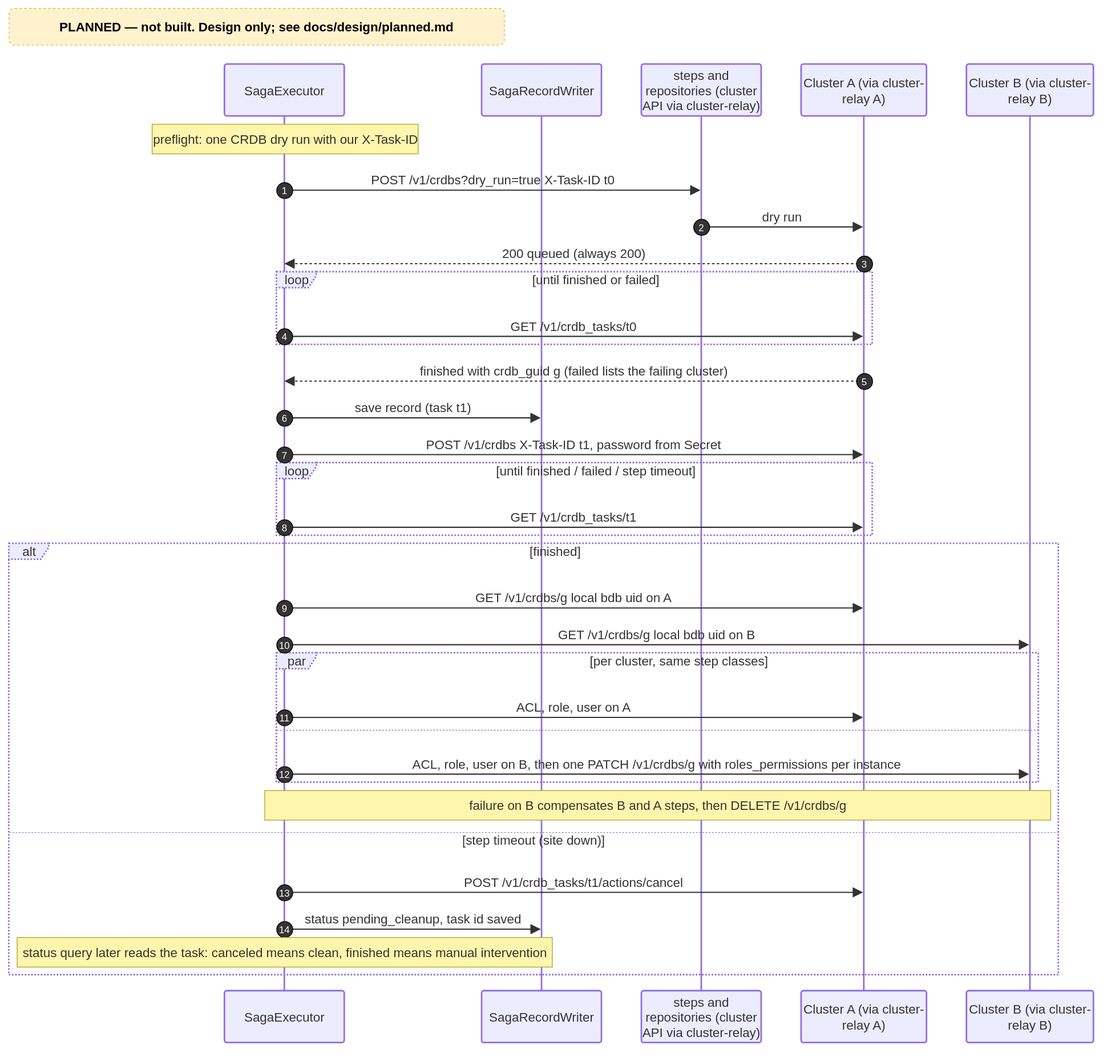
Above: docs/diagrams/planned/p1-seq-create-active-active.drawio.svg in EliShteinman/redis-enterprise-services (draw.io), before the change. Source tidied: cells renumbered, new cells last; positions are measured from the earlier drawing's top-left corner, leaving out a move shared by most shapes.
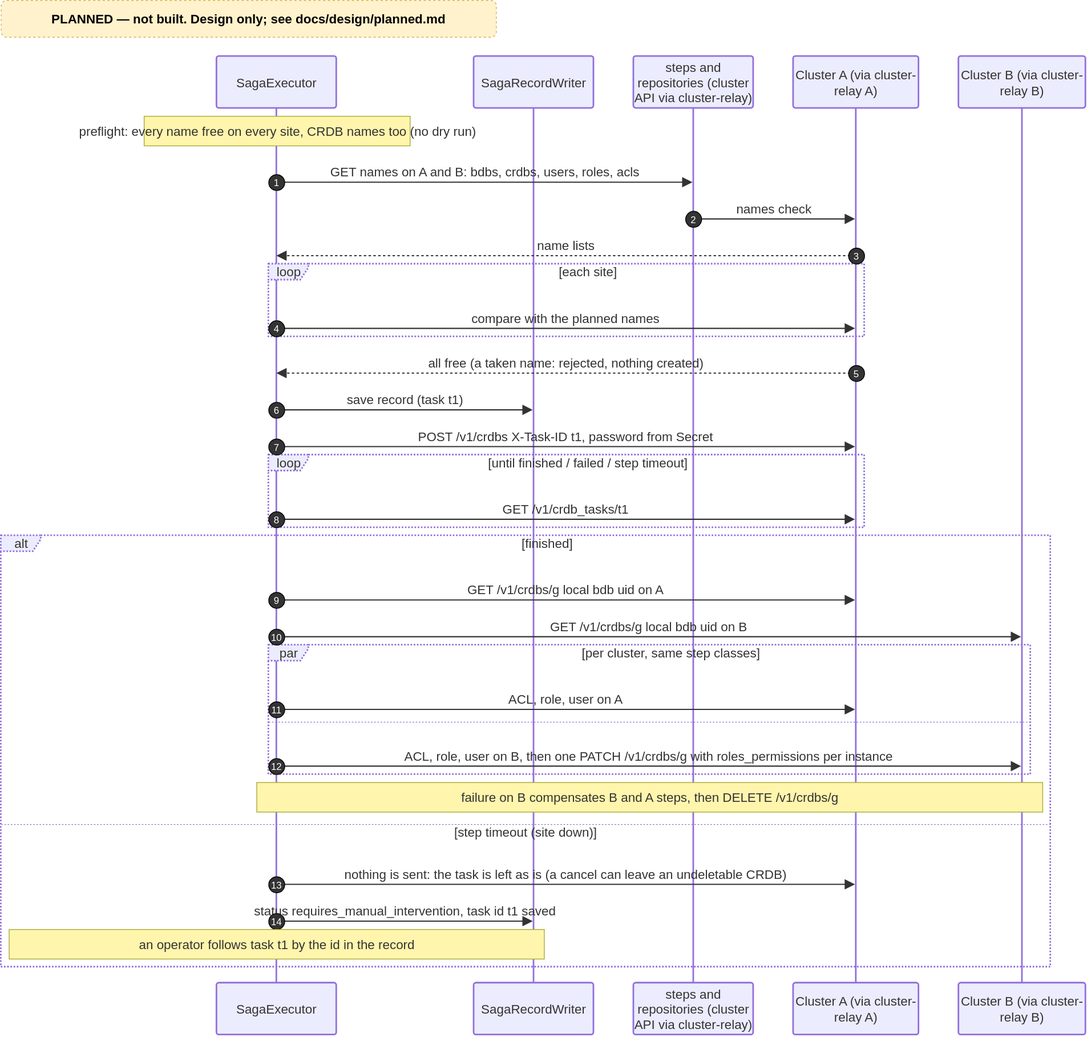
After the change.

Commit message:
docs(active-active): the creation plan after probing the CRDB object on RS 8.2.0-25

Change to the diagram source:
```diff
@@ -20,7 +20,7 @@
     <mxCell id="7" value="loop" style="html=1;shape=umlFrame;dashed=1;fixDash=1;dashPattern=2 2;strokeWidth=2;fillColor=light-dark(#ECECFF,#1f2020);strokeColor=light-dark(#9370DB,#cccccc);fontSize=16;align=center;verticalAlign=middle;fontFamily=Trebuchet MS,Verdana,Arial,sans-serif;fontColor=light-dark(#333333,#cccccc);height=20;width=50;" parent="1" vertex="1">
       <mxGeometry x="335" y="330" width="746" height="91" as="geometry" />
     </mxCell>
-    <mxCell id="8" value="[until finished or failed]" style="text;strokeColor=none;fillColor=none;align=center;verticalAlign=middle;whiteSpace=wrap;fontSize=16;fontFamily=Trebuchet MS,Verdana,Arial,sans-serif;fontColor=light-dark(#333333,#cccccc);" parent="7" vertex="1">
+    <mxCell id="8" value="[each site]" style="text;strokeColor=none;fillColor=none;align=center;verticalAlign=middle;whiteSpace=wrap;fontSize=16;fontFamily=Trebuchet MS,Verdana,Arial,sans-serif;fontColor=light-dark(#333333,#cccccc);" parent="7" vertex="1">
       <mxGeometry x="54" y="2" width="692" height="16" as="geometry" />
     </mxCell>
     <mxCell id="9" value="loop" style="html=1;shape=umlFrame;dashed=1;fixDash=1;dashPattern=2 2;strokeWidth=2;fillColor=light-dark(#ECECFF,#1f2020);strokeColor=light-dark(#9370DB,#cccccc);fontSize=16;align=center;verticalAlign=middle;fontFamily=Trebuchet MS,Verdana,Arial,sans-serif;fontColor=light-dark(#333333,#cccccc);height=20;width=50;" parent="1" vertex="1">
@@ -50,7 +50,7 @@
     <mxCell id="17" style="shape=line;dashed=1;fixDash=1;dashPattern=2 2;strokeColor=light-dark(#9370DB,#cccccc);" parent="15" vertex="1">
       <mxGeometry y="96" width="954" height="1" as="geometry" />
     </mxCell>
-    <mxCell id="18" value="POST /v1/crdbs?dry_run=true X-Task-ID t0" style="endArrow=block;endSize=9;verticalAlign=bottom;spacingBottom=2;edgeStyle=sequenceEdgeStyle;libavoidRouting=0;curved=0;rounded=0;fontSize=16;labelBackgroundColor=none;strokeWidth=1.5;strokeColor=light-dark(#333333,#cccccc);fontColor=light-dark(#333333,#cccccc);fontFamily=Trebuchet MS,Verdana,Arial,sans-serif;" parent="1" edge="1" source="2" target="4">
+    <mxCell id="18" value="GET names on A and B: bdbs, crdbs, users, roles, acls" style="endArrow=block;endSize=9;verticalAlign=bottom;spacingBottom=2;edgeStyle=sequenceEdgeStyle;libavoidRouting=0;curved=0;rounded=0;fontSize=16;labelBackgroundColor=none;strokeWidth=1.5;strokeColor=light-dark(#333333,#cccccc);fontColor=light-dark(#333333,#cccccc);fontFamily=Trebuchet MS,Verdana,Arial,sans-serif;" parent="1" edge="1" source="2" target="4">
       <mxGeometry relative="1" as="geometry">
         <Array as="points">
           <mxPoint x="606" y="228" />
@@ -60,7 +60,7 @@
     <mxCell id="19" value="1" style="ellipse;fillColor=light-dark(#333333,#cccccc);align=center;verticalAlign=middle;fontColor=light-dark(#FFFFFF,#333333);fontSize=12;" parent="1" vertex="1">
       <mxGeometry x="335" y="218" width="20" height="20" as="geometry" />
     </mxCell>
-    <mxCell id="20" value="dry run" style="endArrow=block;endSize=9;verticalAlign=bottom;spacingBottom=2;edgeStyle=sequenceEdgeStyle;libavoidRouting=0;curved=0;rounded=0;fontSize=16;labelBackgroundColor=none;strokeWidth=1.5;strokeColor=light-dark(#333333,#cccccc);fontColor=light-dark(#333333,#cccccc);fontFamily=Trebuchet MS,Verdana,Arial,sans-serif;" parent="1" edge="1" source="4" target="5">
+    <mxCell id="20" value="names check" style="endArrow=block;endSize=9;verticalAlign=bottom;spacingBottom=2;edgeStyle=sequenceEdgeStyle;libavoidRouting=0;curved=0;rounded=0;fontSize=16;labelBackgroundColor=none;strokeWidth=1.5;strokeColor=light-dark(#333333,#cccccc);fontColor=light-dark(#333333,#cccccc);fontFamily=Trebuchet MS,Verdana,Arial,sans-serif;" parent="1" edge="1" source="4" target="5">
       <mxGeometry relative="1" as="geometry">
         <Array as="points">
           <mxPoint x="969" y="274" />
@@ -70,7 +70,7 @@
     <mxCell id="21" value="2" style="ellipse;fillColor=light-dark(#333333,#cccccc);align=center;verticalAlign=middle;fontColor=light-dark(#FFFFFF,#333333);fontSize=12;" parent="1" vertex="1">
       <mxGeometry x="857" y="264" width="20" height="20" as="geometry" />
     </mxCell>
-    <mxCell id="22" value="200 queued (always 200)" style="dashed=1;fixDash=1;dashPattern=3 3;endArrow=block;endSize=9;verticalAlign=bottom;spacingBottom=2;edgeStyle=sequenceEdgeStyle;libavoidRouting=0;curved=0;rounded=0;fontSize=16;labelBackgroundColor=none;strokeWidth=1.5;strokeColor=light-dark(#333333,#cccccc);fontColor=light-dark(#333333,#cccccc);fontFamily=Trebuchet MS,Verdana,Arial,sans-serif;" parent="1" edge="1" source="5" target="2">
+    <mxCell id="22" value="name lists" style="dashed=1;fixDash=1;dashPattern=3 3;endArrow=block;endSize=9;verticalAlign=bottom;spacingBottom=2;edgeStyle=sequenceEdgeStyle;libavoidRouting=0;curved=0;rounded=0;fontSize=16;labelBackgroundColor=none;strokeWidth=1.5;strokeColor=light-dark(#333333,#cccccc);fontColor=light-dark(#333333,#cccccc);fontFamily=Trebuchet MS,Verdana,Arial,sans-serif;" parent="1" edge="1" source="5" target="2">
       <mxGeometry relative="1" as="geometry">
         <Array as="points">
           <mxPoint x="708" y="320" />
@@ -80,7 +80,7 @@
     <mxCell id="23" value="3" style="ellipse;fillColor=light-dark(#333333,#cccccc);align=center;verticalAlign=middle;fontColor=light-dark(#FFFFFF,#333333);fontSize=12;" parent="1" vertex="1">
       <mxGeometry x="1061" y="310" width="20" height="20" as="geometry" />
     </mxCell>
-    <mxCell id="24" value="GET /v1/crdb_tasks/t0" style="endArrow=block;endSize=9;verticalAlign=bottom;spacingBottom=2;edgeStyle=sequenceEdgeStyle;libavoidRouting=0;curved=0;rounded=0;fontSize=16;labelBackgroundColor=none;strokeWidth=1.5;strokeColor=light-dark(#333333,#cccccc);fontColor=light-dark(#333333,#cccccc);fontFamily=Trebuchet MS,Verdana,Arial,sans-serif;" parent="1" edge="1" source="2" target="5">
+    <mxCell id="24" value="compare with the planned names" style="endArrow=block;endSize=9;verticalAlign=bottom;spacingBottom=2;edgeStyle=sequenceEdgeStyle;libavoidRouting=0;curved=0;rounded=0;fontSize=16;labelBackgroundColor=none;strokeWidth=1.5;strokeColor=light-dark(#333333,#cccccc);fontColor=light-dark(#333333,#cccccc);fontFamily=Trebuchet MS,Verdana,Arial,sans-serif;" parent="1" edge="1" source="2" target="5">
       <mxGeometry relative="1" as="geometry">
         <Array as="points">
           <mxPoint x="708" y="411" />
@@ -90,7 +90,7 @@
     <mxCell id="25" value="4" style="ellipse;fillColor=light-dark(#333333,#cccccc);align=center;verticalAlign=middle;fontColor=light-dark(#FFFFFF,#333333);fontSize=12;" parent="1" vertex="1">
       <mxGeometry x="335" y="401" width="20" height="20" as="geometry" />
     </mxCell>
-    <mxCell id="26" value="finished with crdb_guid g (failed lists the failing cluster)" style="dashed=1;fixDash=1;dashPattern=3 3;endArrow=block;endSize=9;verticalAlign=bottom;spacingBottom=2;edgeStyle=sequenceEdgeStyle;libavoidRouting=0;curved=0;rounded=0;fontSize=16;labelBackgroundColor=none;strokeWidth=1.5;strokeColor=light-dark(#333333,#cccccc);fontColor=light-dark(#333333,#cccccc);fontFamily=Trebuchet MS,Verdana,Arial,sans-serif;" parent="1" edge="1" source="5" target="2">
+    <mxCell id="26" value="all free (a taken name: rejected, nothing created)" style="dashed=1;fixDash=1;dashPattern=3 3;endArrow=block;endSize=9;verticalAlign=bottom;spacingBottom=2;edgeStyle=sequenceEdgeStyle;libavoidRouting=0;curved=0;rounded=0;fontSize=16;labelBackgroundColor=none;strokeWidth=1.5;strokeColor=light-dark(#333333,#cccccc);fontColor=light-dark(#333333,#cccccc);fontFamily=Trebuchet MS,Verdana,Arial,sans-serif;" parent="1" edge="1" source="5" target="2">
       <mxGeometry relative="1" as="geometry">
         <Array as="points">
           <mxPoint x="708" y="467" />
@@ -170,7 +170,7 @@
     <mxCell id="41" value="12" style="ellipse;fillColor=light-dark(#333333,#cccccc);align=center;verticalAlign=middle;fontColor=light-dark(#FFFFFF,#333333);fontSize=12;" parent="1" vertex="1">
       <mxGeometry x="335" y="949" width="20" height="20" as="geometry" />
     </mxCell>
-    <mxCell id="42" value="POST /v1/crdb_tasks/t1/actions/cancel" style="endArrow=block;endSize=9;verticalAlign=bottom;spacingBottom=2;edgeStyle=sequenceEdgeStyle;libavoidRouting=0;curved=0;rounded=0;fontSize=16;labelBackgroundColor=none;strokeWidth=1.5;strokeColor=light-dark(#333333,#cccccc);fontColor=light-dark(#333333,#cccccc);fontFamily=Trebuchet MS,Verdana,Arial,sans-serif;" parent="1" edge="1" source="2" target="5">
+    <mxCell id="42" value="nothing is sent: the task is left as is (a cancel can leave an undeletable CRDB)" style="endArrow=block;endSize=9;verticalAlign=bottom;spacingBottom=2;edgeStyle=sequenceEdgeStyle;libavoidRouting=0;curved=0;rounded=0;fontSize=16;labelBackgroundColor=none;strokeWidth=1.5;strokeColor=light-dark(#333333,#cccccc);fontColor=light-dark(#333333,#cccccc);fontFamily=Trebuchet MS,Verdana,Arial,sans-serif;" parent="1" edge="1" source="2" target="5">
       <mxGeometry relative="1" as="geometry">
         <Array as="points">
           <mxPoint x="708" y="1107" />
@@ -180,7 +180,7 @@
     <mxCell id="43" value="13" style="ellipse;fillColor=light-dark(#333333,#cccccc);align=center;verticalAlign=middle;fontColor=light-dark(#FFFFFF,#333333);fontSize=12;" parent="1" vertex="1">
       <mxGeometry x="335" y="1097" width="20" height="20" as="geometry" />
     </mxCell>
-    <mxCell id="44" value="status pending_cleanup, task id saved" style="endArrow=block;endSize=9;verticalAlign=bottom;spacingBottom=2;edgeStyle=sequenceEdgeStyle;libavoidRouting=0;curved=0;rounded=0;fontSize=16;labelBackgroundColor=none;strokeWidth=1.5;strokeColor=light-dark(#333333,#cccccc);fontColor=light-dark(#333333,#cccccc);fontFamily=Trebuchet MS,Verdana,Arial,sans-serif;" parent="1" edge="1" source="2" target="3">
+    <mxCell id="44" value="status requires_manual_intervention, task id t1 saved" style="endArrow=block;endSize=9;verticalAlign=bottom;spacingBottom=2;edgeStyle=sequenceEdgeStyle;libavoidRouting=0;curved=0;rounded=0;fontSize=16;labelBackgroundColor=none;strokeWidth=1.5;strokeColor=light-dark(#333333,#cccccc);fontColor=light-dark(#333333,#cccccc);fontFamily=Trebuchet MS,Verdana,Arial,sans-serif;" parent="1" edge="1" source="2" target="3">
       <mxGeometry relative="1" as="geometry">
         <Array as="points">
           <mxPoint x="506" y="1153" />
@@ -190,13 +190,13 @@
     <mxCell id="45" value="14" style="ellipse;fillColor=light-dark(#333333,#cccccc);align=center;verticalAlign=middle;fontColor=light-dark(#FFFFFF,#333333);fontSize=12;" parent="1" vertex="1">
       <mxGeometry x="335" y="1143" width="20" height="20" as="geometry" />
     </mxCell>
-    <mxCell id="46" value="preflight: one CRDB dry run with our X-Task-ID" style="html=1;fillColor=light-dark(#fff5ad,#2a2a2a);strokeColor=light-dark(#aaaa33,#cccccc);fontColor=light-dark(#333333,#cccccc);fontFamily=Trebuchet MS,Verdana,Arial,sans-serif;fontSize=16;" parent="1" vertex="1">
+    <mxCell id="46" value="preflight: every name free on every site, CRDB names too (no dry run)" style="html=1;fillColor=light-dark(#fff5ad,#2a2a2a);strokeColor=light-dark(#aaaa33,#cccccc);fontColor=light-dark(#333333,#cccccc);fontFamily=Trebuchet MS,Verdana,Arial,sans-serif;fontSize=16;" parent="1" vertex="1">
       <mxGeometry x="179" y="145" width="333" height="37" as="geometry" />
     </mxCell>
     <mxCell id="47" value="failure on B compensates B and A steps, then DELETE /v1/crdbs/g" style="html=1;fillColor=light-dark(#fff5ad,#2a2a2a);strokeColor=light-dark(#aaaa33,#cccccc);fontColor=light-dark(#333333,#cccccc);fontFamily=Trebuchet MS,Verdana,Arial,sans-serif;fontSize=16;" parent="1" vertex="1">
       <mxGeometry x="320" y="979" width="984" height="37" as="geometry" />
     </mxCell>
-    <mxCell id="48" value="status query later reads the task: canceled means clean, finished means manual intervention" style="html=1;fillColor=light-dark(#fff5ad,#2a2a2a);strokeColor=light-dark(#aaaa33,#cccccc);fontColor=light-dark(#333333,#cccccc);fontFamily=Trebuchet MS,Verdana,Arial,sans-serif;fontSize=16;" parent="1" vertex="1">
+    <mxCell id="48" value="an operator follows task t1 by the id in the record" style="html=1;fillColor=light-dark(#fff5ad,#2a2a2a);strokeColor=light-dark(#aaaa33,#cccccc);fontColor=light-dark(#333333,#cccccc);fontFamily=Trebuchet MS,Verdana,Arial,sans-serif;fontSize=16;" parent="1" vertex="1">
       <mxGeometry x="10" y="1163" width="670" height="37" as="geometry" />
     </mxCell>
     <mxCell id="49" value="PLANNED — not built. Design only; see docs/design/planned.md" style="rounded=1;whiteSpace=wrap;html=1;fillColor=#fff2cc;strokeColor=#d6b656;fontSize=16;fontStyle=1;dashed=1;" parent="1" vertex="1">
```
